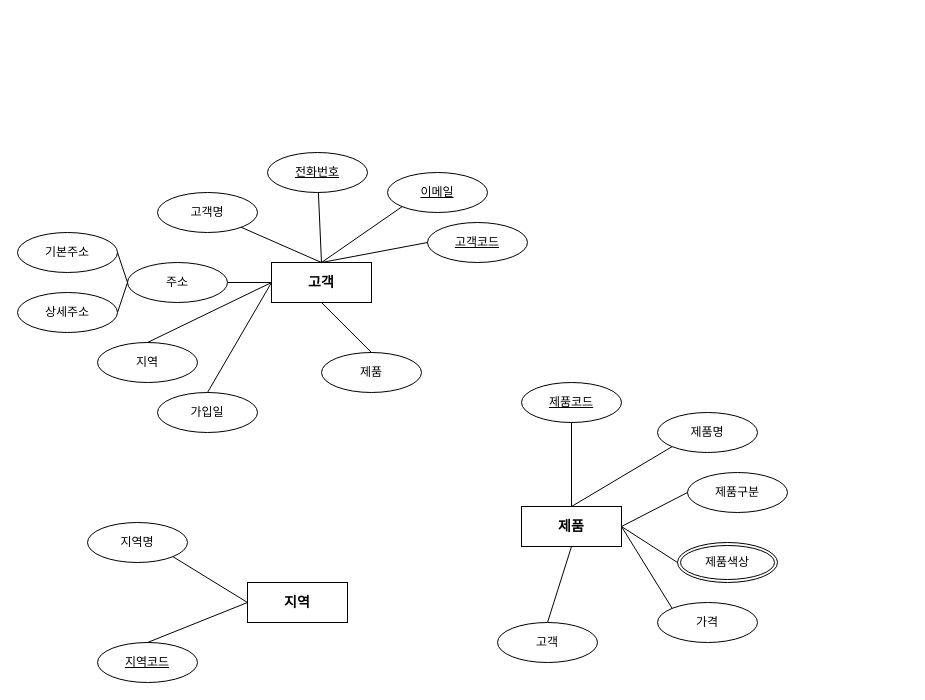
Before: product.drawio in YeonjaeMan/JavaStudy, a draw.io diagram. Source tidied: cells renumbered, new cells numbered last; positions are measured from the earlier drawing's top-left corner, leaving out a move shared by most shapes. Both pictures are drawn from the tidied source at 100%, with x=0, y=0 at pixel (17, 152).
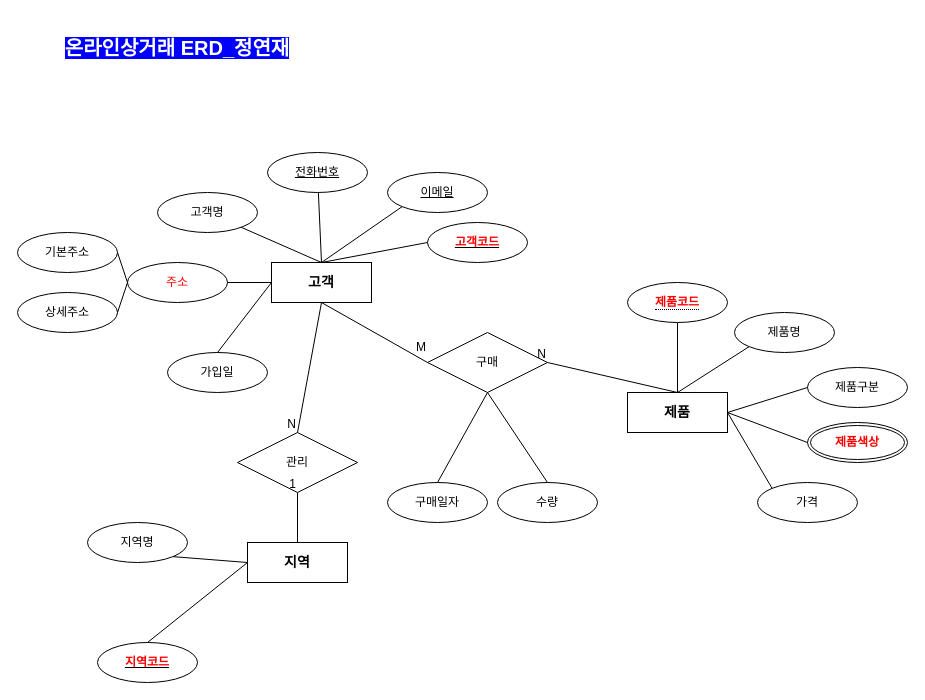
The same page after the edit.

Unchanged cells that the change refers to:
```xml
<mxCell id="2" value="&lt;b&gt;&lt;font style=&quot;font-size: 14px;&quot;&gt;고객&lt;/font&gt;&lt;/b&gt;" style="whiteSpace=wrap;html=1;align=center;" parent="1" vertex="1">
  <mxGeometry x="254" y="110" width="100" height="40" as="geometry" />
</mxCell>
```

The edit, as a diff of the source:
```diff
@@
-    <mxCell id="5" value="주소" style="ellipse;whiteSpace=wrap;html=1;align=center;" parent="1" vertex="1">
+    <mxCell id="5" value="&lt;font color=&quot;#ff0000&quot;&gt;주소&lt;/font&gt;" style="ellipse;whiteSpace=wrap;html=1;align=center;" parent="1" vertex="1">
       <mxGeometry x="110" y="110" width="100" height="40" as="geometry" />
     </mxCell>
@@
-    <mxCell id="7" value="지역" style="ellipse;whiteSpace=wrap;html=1;align=center;" parent="1" vertex="1">
-      <mxGeometry x="80" y="190" width="100" height="40" as="geometry" />
-    </mxCell>
@@
     <mxCell id="9" value="제품명" style="ellipse;whiteSpace=wrap;html=1;align=center;" parent="1" vertex="1">
-      <mxGeometry x="640" y="260" width="100" height="40" as="geometry" />
+      <mxGeometry x="717" y="160" width="100" height="40" as="geometry" />
     </mxCell>
     <mxCell id="10" value="제품구분" style="ellipse;whiteSpace=wrap;html=1;align=center;" parent="1" vertex="1">
-      <mxGeometry x="670" y="320" width="100" height="40" as="geometry" />
+      <mxGeometry x="790" y="215" width="100" height="40" as="geometry" />
     </mxCell>
     <mxCell id="11" value="가격" style="ellipse;whiteSpace=wrap;html=1;align=center;" parent="1" vertex="1">
-      <mxGeometry x="640" y="450" width="100" height="40" as="geometry" />
+      <mxGeometry x="740" y="330" width="100" height="40" as="geometry" />
     </mxCell>
     <mxCell id="12" value="가입일" style="ellipse;whiteSpace=wrap;html=1;align=center;" parent="1" vertex="1">
-      <mxGeometry x="140" y="240" width="100" height="40" as="geometry" />
+      <mxGeometry x="150" y="200" width="100" height="40" as="geometry" />
     </mxCell>
-    <mxCell id="13" value="제품" style="ellipse;whiteSpace=wrap;html=1;align=center;" parent="1" vertex="1">
-      <mxGeometry x="304" y="200" width="100" height="40" as="geometry" />
-    </mxCell>
     <mxCell id="14" value="&lt;b&gt;&lt;font style=&quot;font-size: 14px;&quot;&gt;제품&lt;/font&gt;&lt;/b&gt;" style="whiteSpace=wrap;html=1;align=center;" parent="1" vertex="1">
-      <mxGeometry x="504" y="354" width="100" height="40" as="geometry" />
+      <mxGeometry x="610" y="240" width="100" height="40" as="geometry" />
     </mxCell>
     <mxCell id="15" value="&lt;b&gt;&lt;font style=&quot;font-size: 14px;&quot;&gt;지역&lt;/font&gt;&lt;/b&gt;" style="whiteSpace=wrap;html=1;align=center;" parent="1" vertex="1">
-      <mxGeometry x="230" y="430" width="100" height="40" as="geometry" />
+      <mxGeometry x="230" y="390" width="100" height="40" as="geometry" />
     </mxCell>
@@
-    <mxCell id="18" value="고객코드" style="ellipse;whiteSpace=wrap;html=1;align=center;fontStyle=4;" parent="1" vertex="1">
+    <mxCell id="18" value="&lt;font color=&quot;#ff0000&quot;&gt;&lt;b&gt;고객코드&lt;/b&gt;&lt;/font&gt;" style="ellipse;whiteSpace=wrap;html=1;align=center;fontStyle=4;" parent="1" vertex="1">
       <mxGeometry x="410" y="70" width="100" height="40" as="geometry" />
     </mxCell>
-    <mxCell id="19" value="지역코드" style="ellipse;whiteSpace=wrap;html=1;align=center;fontStyle=4;" parent="1" vertex="1">
+    <mxCell id="19" value="&lt;font color=&quot;#ff0000&quot;&gt;&lt;b&gt;지역코드&lt;/b&gt;&lt;/font&gt;" style="ellipse;whiteSpace=wrap;html=1;align=center;fontStyle=4;" parent="1" vertex="1">
       <mxGeometry x="80" y="490" width="100" height="40" as="geometry" />
     </mxCell>
-    <mxCell id="20" value="제품코드" style="ellipse;whiteSpace=wrap;html=1;align=center;fontStyle=4;" parent="1" vertex="1">
-      <mxGeometry x="504" y="230" width="100" height="40" as="geometry" />
-    </mxCell>
-    <mxCell id="21" value="고객" style="ellipse;whiteSpace=wrap;html=1;align=center;" parent="1" vertex="1">
-      <mxGeometry x="480" y="470" width="100" height="40" as="geometry" />
-    </mxCell>
-    <mxCell id="22" value="제품색상" style="ellipse;shape=doubleEllipse;margin=3;whiteSpace=wrap;html=1;align=center;" parent="1" vertex="1">
-      <mxGeometry x="660" y="390" width="100" height="40" as="geometry" />
+    <mxCell id="22" value="&lt;font color=&quot;#ff0000&quot;&gt;&lt;b&gt;제품색상&lt;/b&gt;&lt;/font&gt;" style="ellipse;shape=doubleEllipse;margin=3;whiteSpace=wrap;html=1;align=center;" parent="1" vertex="1">
+      <mxGeometry x="790" y="270" width="100" height="40" as="geometry" />
     </mxCell>
@@
-    <mxCell id="27" style="endArrow=none;html=1;rounded=0;entryX=0.5;entryY=1;entryDx=0;entryDy=0;exitX=0.5;exitY=0;exitDx=0;exitDy=0;" parent="1" edge="1" source="13" target="2">
-      <mxGeometry relative="1" as="geometry" />
-    </mxCell>
@@
-    <mxCell id="29" style="endArrow=none;html=1;rounded=0;entryX=0;entryY=0.5;entryDx=0;entryDy=0;exitX=0.5;exitY=0;exitDx=0;exitDy=0;" parent="1" edge="1" source="7" target="2">
-      <mxGeometry relative="1" as="geometry" />
-    </mxCell>
@@
-    <mxCell id="35" style="endArrow=none;html=1;rounded=0;entryX=0.5;entryY=1;entryDx=0;entryDy=0;exitX=0.5;exitY=0;exitDx=0;exitDy=0;" parent="1" edge="1" source="21" target="14">
-      <mxGeometry relative="1" as="geometry" />
-    </mxCell>
@@
+    <mxCell id="20" value="&lt;span style=&quot;border-bottom: 1px dotted&quot;&gt;&lt;font color=&quot;#ff0000&quot;&gt;&lt;b&gt;제품코드&lt;/b&gt;&lt;/font&gt;&lt;/span&gt;" style="ellipse;whiteSpace=wrap;html=1;align=center;" parent="1" vertex="1">
+      <mxGeometry x="610" y="130" width="100" height="40" as="geometry" />
+    </mxCell>
+    <mxCell id="41" value="관리" style="shape=rhombus;perimeter=rhombusPerimeter;whiteSpace=wrap;html=1;align=center;" parent="1" vertex="1">
+      <mxGeometry x="220" y="280" width="120" height="60" as="geometry" />
+    </mxCell>
+    <mxCell id="42" value="구매" style="shape=rhombus;perimeter=rhombusPerimeter;whiteSpace=wrap;html=1;align=center;" parent="1" vertex="1">
+      <mxGeometry x="410" y="180" width="120" height="60" as="geometry" />
+    </mxCell>
+    <mxCell id="43" value="수량" style="ellipse;whiteSpace=wrap;html=1;align=center;" parent="1" vertex="1">
+      <mxGeometry x="480" y="330" width="100" height="40" as="geometry" />
+    </mxCell>
+    <mxCell id="44" value="구매일자" style="ellipse;whiteSpace=wrap;html=1;align=center;" parent="1" vertex="1">
+      <mxGeometry x="370" y="330" width="100" height="40" as="geometry" />
+    </mxCell>
+    <mxCell id="45" style="endArrow=none;html=1;rounded=0;entryX=0.5;entryY=1;entryDx=0;entryDy=0;exitX=0.5;exitY=0;exitDx=0;exitDy=0;" parent="1" edge="1" source="15" target="41">
+      <mxGeometry relative="1" as="geometry" />
+    </mxCell>
+    <mxCell id="46" value="1" style="html=1;whiteSpace=wrap;align=right;verticalAlign=bottom;" parent="45" vertex="1">
+      <mxGeometry x="1" relative="1" as="geometry" />
+    </mxCell>
+    <mxCell id="47" style="endArrow=none;html=1;rounded=0;exitX=0.5;exitY=1;exitDx=0;exitDy=0;entryX=0.5;entryY=0;entryDx=0;entryDy=0;" parent="1" edge="1" source="2" target="41">
+      <mxGeometry relative="1" as="geometry" />
+    </mxCell>
+    <mxCell id="48" value="N" style="html=1;whiteSpace=wrap;align=right;verticalAlign=bottom;" parent="47" vertex="1">
+      <mxGeometry x="1" relative="1" as="geometry" />
+    </mxCell>
+    <mxCell id="49" style="endArrow=none;html=1;rounded=0;entryX=0.5;entryY=0;entryDx=0;entryDy=0;exitX=0.5;exitY=1;exitDx=0;exitDy=0;" parent="1" edge="1" source="42" target="44">
+      <mxGeometry relative="1" as="geometry" />
+    </mxCell>
+    <mxCell id="50" style="endArrow=none;html=1;rounded=0;entryX=0.5;entryY=0;entryDx=0;entryDy=0;exitX=0.5;exitY=1;exitDx=0;exitDy=0;" parent="1" edge="1" source="42" target="43">
+      <mxGeometry relative="1" as="geometry" />
+    </mxCell>
+    <mxCell id="51" style="endArrow=none;html=1;rounded=0;entryX=1;entryY=0.5;entryDx=0;entryDy=0;exitX=0.5;exitY=0;exitDx=0;exitDy=0;" parent="1" edge="1" source="14" target="42">
+      <mxGeometry relative="1" as="geometry" />
+    </mxCell>
+    <mxCell id="52" value="N" style="html=1;whiteSpace=wrap;align=right;verticalAlign=bottom;" parent="51" vertex="1">
+      <mxGeometry x="1" relative="1" as="geometry" />
+    </mxCell>
+    <mxCell id="53" style="endArrow=none;html=1;rounded=0;entryX=0;entryY=0.5;entryDx=0;entryDy=0;exitX=0.5;exitY=1;exitDx=0;exitDy=0;" parent="1" edge="1" source="2" target="42">
+      <mxGeometry relative="1" as="geometry" />
+    </mxCell>
+    <mxCell id="54" value="M" style="text;html=1;strokeColor=none;fillColor=none;align=center;verticalAlign=middle;whiteSpace=wrap;rounded=0;" parent="1" vertex="1">
+      <mxGeometry x="374" y="180" width="60" height="30" as="geometry" />
+    </mxCell>
+    <mxCell id="55" value="&lt;h1&gt;&lt;b&gt;&lt;font color=&quot;#ffffff&quot; style=&quot;font-size: 20px; background-color: rgb(0, 0, 255);&quot;&gt;온라인상거래 ERD_정연재&lt;/font&gt;&lt;/b&gt;&lt;/h1&gt;" style="text;html=1;strokeColor=none;fillColor=none;align=center;verticalAlign=middle;whiteSpace=wrap;rounded=0;" parent="1" vertex="1">
+      <mxGeometry x="30" y="-120" width="260" height="30" as="geometry" />
+    </mxCell>
```
